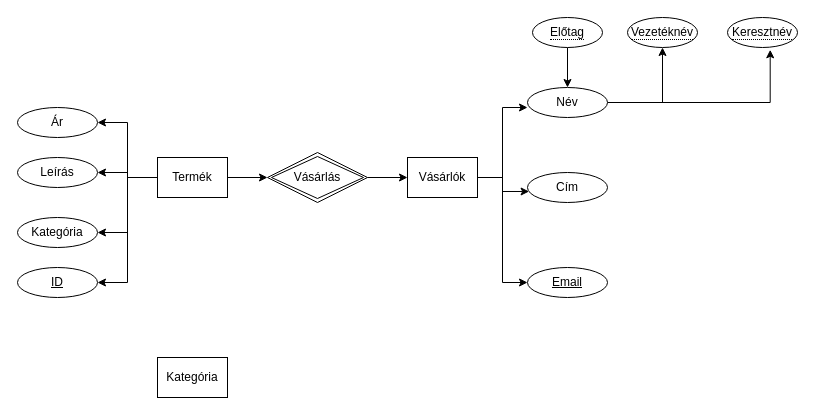
Before: FirstDiagram.drawio in Szitka007/ER_Diagram, a draw.io diagram. Source tidied: cells renumbered, new cells numbered last; positions are measured from the earlier drawing's top-left corner, leaving out a move shared by most shapes. Both pictures are drawn from the tidied source at 100%, with x=0, y=0 at pixel (17, 17).
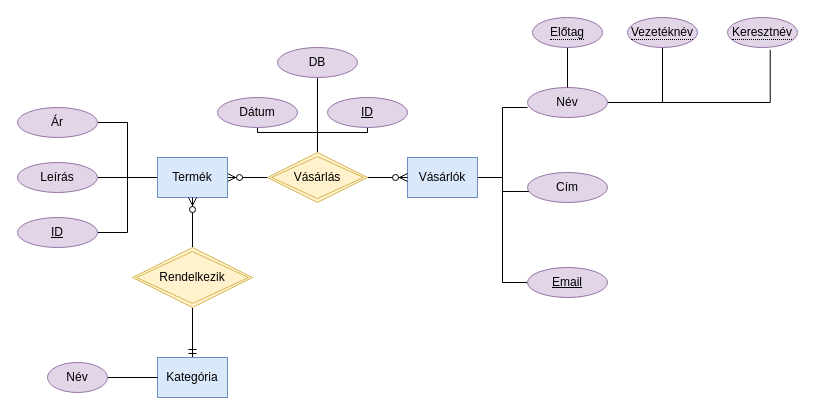
After the change.

What changed in the source:
```diff
@@
-    <mxCell id="2" style="edgeStyle=orthogonalEdgeStyle;rounded=0;jettySize=auto;html=1;entryX=1;entryY=0.5;entryDx=0;entryDy=0;" parent="1" edge="1" source="7" target="12">
+    <mxCell id="2" style="rounded=0;jettySize=auto;html=1;entryX=1;entryY=0.5;entryDx=0;entryDy=0;edgeStyle=orthogonalEdgeStyle;endArrow=none;endFill=0;" parent="1" edge="1" source="7" target="12">
       <mxGeometry relative="1" as="geometry" />
     </mxCell>
-    <mxCell id="3" style="edgeStyle=orthogonalEdgeStyle;rounded=0;jettySize=auto;html=1;entryX=1;entryY=0.5;entryDx=0;entryDy=0;" parent="1" edge="1" source="7" target="13">
+    <mxCell id="3" style="edgeStyle=orthogonalEdgeStyle;rounded=0;jettySize=auto;html=1;entryX=1;entryY=0.5;entryDx=0;entryDy=0;endArrow=none;endFill=0;" parent="1" edge="1" source="7" target="13">
       <mxGeometry relative="1" as="geometry" />
     </mxCell>
-    <mxCell id="4" style="edgeStyle=orthogonalEdgeStyle;rounded=0;jettySize=auto;html=1;entryX=1;entryY=0.5;entryDx=0;entryDy=0;" parent="1" edge="1" source="7" target="14">
-      <mxGeometry relative="1" as="geometry" />
-    </mxCell>
-    <mxCell id="5" style="edgeStyle=orthogonalEdgeStyle;rounded=0;jettySize=auto;html=1;entryX=0;entryY=0.5;entryDx=0;entryDy=0;" parent="1" edge="1" source="7" target="21">
+    <mxCell id="5" style="edgeStyle=orthogonalEdgeStyle;rounded=0;jettySize=auto;html=1;entryX=0;entryY=0.5;entryDx=0;entryDy=0;endArrow=none;endFill=0;startArrow=ERzeroToMany;startFill=1;" parent="1" edge="1" source="7" target="21">
       <mxGeometry relative="1" as="geometry" />
     </mxCell>
-    <mxCell id="6" style="edgeStyle=orthogonalEdgeStyle;rounded=0;jettySize=auto;html=1;entryX=1;entryY=0.5;entryDx=0;entryDy=0;" parent="1" edge="1" source="7" target="26">
+    <mxCell id="6" style="edgeStyle=orthogonalEdgeStyle;rounded=0;jettySize=auto;html=1;entryX=1;entryY=0.5;entryDx=0;entryDy=0;endArrow=none;endFill=0;" parent="1" edge="1" source="7" target="26">
       <mxGeometry relative="1" as="geometry" />
     </mxCell>
-    <mxCell id="7" value="Termék&lt;br&gt;" style="whiteSpace=wrap;html=1;align=center;" parent="1" vertex="1">
+    <mxCell id="7" value="Termék&lt;br&gt;" style="whiteSpace=wrap;html=1;align=center;fillColor=#dae8fc;strokeColor=#6c8ebf;" parent="1" vertex="1">
       <mxGeometry x="140" y="140" width="70" height="40" as="geometry" />
     </mxCell>
-    <mxCell id="8" style="edgeStyle=orthogonalEdgeStyle;rounded=0;jettySize=auto;html=1;entryX=0;entryY=0.667;entryDx=0;entryDy=0;entryPerimeter=0;" parent="1" edge="1" source="11" target="17">
+    <mxCell id="8" style="edgeStyle=orthogonalEdgeStyle;rounded=0;jettySize=auto;html=1;entryX=0;entryY=0.667;entryDx=0;entryDy=0;entryPerimeter=0;endArrow=none;endFill=0;" parent="1" edge="1" source="11" target="17">
       <mxGeometry relative="1" as="geometry" />
     </mxCell>
-    <mxCell id="9" style="edgeStyle=orthogonalEdgeStyle;rounded=0;jettySize=auto;html=1;entryX=0.02;entryY=0.633;entryDx=0;entryDy=0;entryPerimeter=0;" parent="1" edge="1" source="11" target="18">
+    <mxCell id="9" style="edgeStyle=orthogonalEdgeStyle;rounded=0;jettySize=auto;html=1;entryX=0.02;entryY=0.633;entryDx=0;entryDy=0;entryPerimeter=0;endArrow=none;endFill=0;" parent="1" edge="1" source="11" target="18">
       <mxGeometry relative="1" as="geometry" />
     </mxCell>
-    <mxCell id="10" style="edgeStyle=orthogonalEdgeStyle;rounded=0;jettySize=auto;html=1;entryX=0;entryY=0.5;entryDx=0;entryDy=0;" parent="1" edge="1" source="11" target="19">
+    <mxCell id="10" style="edgeStyle=orthogonalEdgeStyle;rounded=0;jettySize=auto;html=1;entryX=0;entryY=0.5;entryDx=0;entryDy=0;endArrow=none;endFill=0;" parent="1" edge="1" source="11" target="19">
       <mxGeometry relative="1" as="geometry" />
     </mxCell>
-    <mxCell id="11" value="Vásárlók" style="whiteSpace=wrap;html=1;align=center;" parent="1" vertex="1">
+    <mxCell id="11" value="Vásárlók" style="whiteSpace=wrap;html=1;align=center;fillColor=#dae8fc;strokeColor=#6c8ebf;" parent="1" vertex="1">
       <mxGeometry x="390" y="140" width="70" height="40" as="geometry" />
     </mxCell>
-    <mxCell id="12" value="Ár" style="ellipse;whiteSpace=wrap;html=1;align=center;" parent="1" vertex="1">
+    <mxCell id="12" value="Ár" style="ellipse;whiteSpace=wrap;html=1;align=center;fillColor=#e1d5e7;strokeColor=#9673a6;" parent="1" vertex="1">
       <mxGeometry y="90" width="80" height="30" as="geometry" />
     </mxCell>
-    <mxCell id="13" value="Leírás" style="ellipse;whiteSpace=wrap;html=1;align=center;" parent="1" vertex="1">
-      <mxGeometry y="140" width="80" height="30" as="geometry" />
+    <mxCell id="13" value="Leírás" style="ellipse;whiteSpace=wrap;html=1;align=center;fillColor=#e1d5e7;strokeColor=#9673a6;" parent="1" vertex="1">
+      <mxGeometry y="145" width="80" height="30" as="geometry" />
     </mxCell>
-    <mxCell id="14" value="Kategória" style="ellipse;whiteSpace=wrap;html=1;align=center;" parent="1" vertex="1">
-      <mxGeometry y="200" width="80" height="30" as="geometry" />
-    </mxCell>
-    <mxCell id="15" style="edgeStyle=orthogonalEdgeStyle;rounded=0;jettySize=auto;html=1;entryX=0.5;entryY=1;entryDx=0;entryDy=0;" parent="1" edge="1" source="17" target="22">
+    <mxCell id="15" style="edgeStyle=orthogonalEdgeStyle;rounded=0;jettySize=auto;html=1;entryX=0.5;entryY=1;entryDx=0;entryDy=0;endArrow=none;endFill=0;" parent="1" edge="1" source="17" target="22">
       <mxGeometry relative="1" as="geometry" />
     </mxCell>
-    <mxCell id="16" style="edgeStyle=orthogonalEdgeStyle;rounded=0;jettySize=auto;html=1;entryX=0.61;entryY=1.076;entryDx=0;entryDy=0;entryPerimeter=0;" parent="1" edge="1" source="17" target="23">
+    <mxCell id="16" style="edgeStyle=orthogonalEdgeStyle;rounded=0;jettySize=auto;html=1;entryX=0.61;entryY=1.076;entryDx=0;entryDy=0;entryPerimeter=0;endArrow=none;endFill=0;" parent="1" edge="1" source="17" target="23">
       <mxGeometry relative="1" as="geometry" />
     </mxCell>
-    <mxCell id="17" value="Név" style="ellipse;whiteSpace=wrap;html=1;align=center;" parent="1" vertex="1">
+    <mxCell id="17" value="Név" style="ellipse;whiteSpace=wrap;html=1;align=center;fillColor=#e1d5e7;strokeColor=#9673a6;" parent="1" vertex="1">
       <mxGeometry x="510" y="70" width="80" height="30" as="geometry" />
     </mxCell>
-    <mxCell id="18" value="Cím" style="ellipse;whiteSpace=wrap;html=1;align=center;" parent="1" vertex="1">
+    <mxCell id="18" value="Cím" style="ellipse;whiteSpace=wrap;html=1;align=center;fillColor=#e1d5e7;strokeColor=#9673a6;" parent="1" vertex="1">
       <mxGeometry x="510" y="155" width="80" height="30" as="geometry" />
     </mxCell>
-    <mxCell id="19" value="Email" style="ellipse;whiteSpace=wrap;html=1;align=center;fontStyle=4;" parent="1" vertex="1">
+    <mxCell id="19" value="Email" style="ellipse;whiteSpace=wrap;html=1;align=center;fontStyle=4;fillColor=#e1d5e7;strokeColor=#9673a6;" parent="1" vertex="1">
       <mxGeometry x="510" y="250" width="80" height="30" as="geometry" />
     </mxCell>
-    <mxCell id="20" style="edgeStyle=orthogonalEdgeStyle;rounded=0;jettySize=auto;html=1;entryX=0;entryY=0.5;entryDx=0;entryDy=0;" parent="1" edge="1" source="21" target="11">
+    <mxCell id="20" style="edgeStyle=orthogonalEdgeStyle;rounded=0;jettySize=auto;html=1;entryX=0;entryY=0.5;entryDx=0;entryDy=0;endArrow=ERzeroToMany;endFill=1;" parent="1" edge="1" source="21" target="11">
       <mxGeometry relative="1" as="geometry" />
     </mxCell>
+    <mxCell id="28" style="edgeStyle=orthogonalEdgeStyle;rounded=0;jettySize=auto;html=1;entryX=0.5;entryY=1;entryDx=0;entryDy=0;startArrow=none;startFill=0;endArrow=none;endFill=0;strokeColor=#000000;" parent="1" edge="1" source="21" target="36">
+      <mxGeometry relative="1" as="geometry" />
+    </mxCell>
+    <mxCell id="29" style="edgeStyle=orthogonalEdgeStyle;rounded=0;jettySize=auto;html=1;entryX=0.5;entryY=1;entryDx=0;entryDy=0;startArrow=none;startFill=0;endArrow=none;endFill=0;strokeColor=#000000;" parent="1" edge="1" source="21" target="37">
+      <mxGeometry relative="1" as="geometry" />
+    </mxCell>
+    <mxCell id="30" style="edgeStyle=orthogonalEdgeStyle;rounded=0;jettySize=auto;html=1;entryX=0.5;entryY=1;entryDx=0;entryDy=0;startArrow=none;startFill=0;endArrow=none;endFill=0;strokeColor=#000000;" parent="1" edge="1" source="21" target="38">
+      <mxGeometry relative="1" as="geometry" />
+    </mxCell>
-    <mxCell id="21" value="Vásárlás" style="shape=rhombus;double=1;perimeter=rhombusPerimeter;whiteSpace=wrap;html=1;align=center;" parent="1" vertex="1">
+    <mxCell id="21" value="Vásárlás" style="shape=rhombus;double=1;perimeter=rhombusPerimeter;whiteSpace=wrap;html=1;align=center;fillColor=#fff2cc;strokeColor=#d6b656;" parent="1" vertex="1">
       <mxGeometry x="250" y="135" width="100" height="50" as="geometry" />
     </mxCell>
-    <mxCell id="22" value="&lt;span style=&quot;border-bottom: 1px dotted&quot;&gt;Vezetéknév&lt;/span&gt;" style="ellipse;whiteSpace=wrap;html=1;align=center;" parent="1" vertex="1">
+    <mxCell id="22" value="&lt;span style=&quot;border-bottom: 1px dotted&quot;&gt;Vezetéknév&lt;/span&gt;" style="ellipse;whiteSpace=wrap;html=1;align=center;fillColor=#e1d5e7;strokeColor=#9673a6;" parent="1" vertex="1">
       <mxGeometry x="610" width="70" height="30" as="geometry" />
     </mxCell>
-    <mxCell id="23" value="&lt;span style=&quot;border-bottom: 1px dotted&quot;&gt;Keresztnév&lt;/span&gt;" style="ellipse;whiteSpace=wrap;html=1;align=center;" parent="1" vertex="1">
+    <mxCell id="23" value="&lt;span style=&quot;border-bottom: 1px dotted&quot;&gt;Keresztnév&lt;/span&gt;" style="ellipse;whiteSpace=wrap;html=1;align=center;fillColor=#e1d5e7;strokeColor=#9673a6;" parent="1" vertex="1">
       <mxGeometry x="710" width="70" height="30" as="geometry" />
     </mxCell>
-    <mxCell id="24" style="edgeStyle=orthogonalEdgeStyle;rounded=0;jettySize=auto;html=1;" parent="1" edge="1" source="25" target="17">
+    <mxCell id="24" style="edgeStyle=orthogonalEdgeStyle;rounded=0;jettySize=auto;html=1;endArrow=none;endFill=0;" parent="1" edge="1" source="25" target="17">
       <mxGeometry relative="1" as="geometry" />
     </mxCell>
-    <mxCell id="25" value="&lt;span style=&quot;border-bottom: 1px dotted&quot;&gt;Előtag&lt;/span&gt;" style="ellipse;whiteSpace=wrap;html=1;align=center;" parent="1" vertex="1">
+    <mxCell id="25" value="&lt;span style=&quot;border-bottom: 1px dotted&quot;&gt;Előtag&lt;/span&gt;" style="ellipse;whiteSpace=wrap;html=1;align=center;fillColor=#e1d5e7;strokeColor=#9673a6;" parent="1" vertex="1">
       <mxGeometry x="515" width="70" height="30" as="geometry" />
     </mxCell>
-    <mxCell id="26" value="ID" style="ellipse;whiteSpace=wrap;html=1;align=center;fontStyle=4;" parent="1" vertex="1">
-      <mxGeometry y="250" width="80" height="30" as="geometry" />
+    <mxCell id="26" value="ID" style="ellipse;whiteSpace=wrap;html=1;align=center;fontStyle=4;fillColor=#e1d5e7;strokeColor=#9673a6;" parent="1" vertex="1">
+      <mxGeometry y="200" width="80" height="30" as="geometry" />
     </mxCell>
+    <mxCell id="31" style="edgeStyle=orthogonalEdgeStyle;rounded=0;jettySize=auto;html=1;entryX=0.5;entryY=1;entryDx=0;entryDy=0;endArrow=none;endFill=0;strokeColor=#000000;startArrow=ERmandOne;startFill=0;" parent="1" edge="1" source="27" target="35">
+      <mxGeometry relative="1" as="geometry" />
+    </mxCell>
-    <mxCell id="27" value="Kategória" style="whiteSpace=wrap;html=1;align=center;" parent="1" vertex="1">
+    <mxCell id="27" value="Kategória" style="whiteSpace=wrap;html=1;align=center;fillColor=#dae8fc;strokeColor=#6c8ebf;" parent="1" vertex="1">
       <mxGeometry x="140" y="340" width="70" height="40" as="geometry" />
     </mxCell>
+    <mxCell id="32" style="edgeStyle=orthogonalEdgeStyle;rounded=0;jettySize=auto;html=1;entryX=0;entryY=0.5;entryDx=0;entryDy=0;strokeColor=#000000;endArrow=none;endFill=0;" parent="1" edge="1" source="33" target="27">
+      <mxGeometry relative="1" as="geometry" />
+    </mxCell>
+    <mxCell id="33" value="Név&lt;br&gt;" style="ellipse;whiteSpace=wrap;html=1;align=center;fillColor=#e1d5e7;strokeColor=#9673a6;" parent="1" vertex="1">
+      <mxGeometry x="30" y="345" width="60" height="30" as="geometry" />
+    </mxCell>
+    <mxCell id="34" style="edgeStyle=orthogonalEdgeStyle;rounded=0;jettySize=auto;html=1;entryX=0.5;entryY=1;entryDx=0;entryDy=0;endArrow=ERzeroToMany;endFill=1;strokeColor=#000000;" parent="1" edge="1" source="35" target="7">
+      <mxGeometry relative="1" as="geometry" />
+    </mxCell>
+    <mxCell id="35" value="Rendelkezik" style="shape=rhombus;double=1;perimeter=rhombusPerimeter;whiteSpace=wrap;html=1;align=center;fillColor=#fff2cc;strokeColor=#d6b656;" parent="1" vertex="1">
+      <mxGeometry x="115" y="230" width="120" height="60" as="geometry" />
+    </mxCell>
+    <mxCell id="36" value="Dátum" style="ellipse;whiteSpace=wrap;html=1;align=center;fillColor=#e1d5e7;strokeColor=#9673a6;" parent="1" vertex="1">
+      <mxGeometry x="200" y="80" width="80" height="30" as="geometry" />
+    </mxCell>
+    <mxCell id="37" value="DB" style="ellipse;whiteSpace=wrap;html=1;align=center;fillColor=#e1d5e7;strokeColor=#9673a6;" parent="1" vertex="1">
+      <mxGeometry x="260" y="30" width="80" height="30" as="geometry" />
+    </mxCell>
+    <mxCell id="38" value="ID" style="ellipse;whiteSpace=wrap;html=1;align=center;fontStyle=4;fillColor=#e1d5e7;strokeColor=#9673a6;" parent="1" vertex="1">
+      <mxGeometry x="310" y="80" width="80" height="30" as="geometry" />
+    </mxCell>
```
